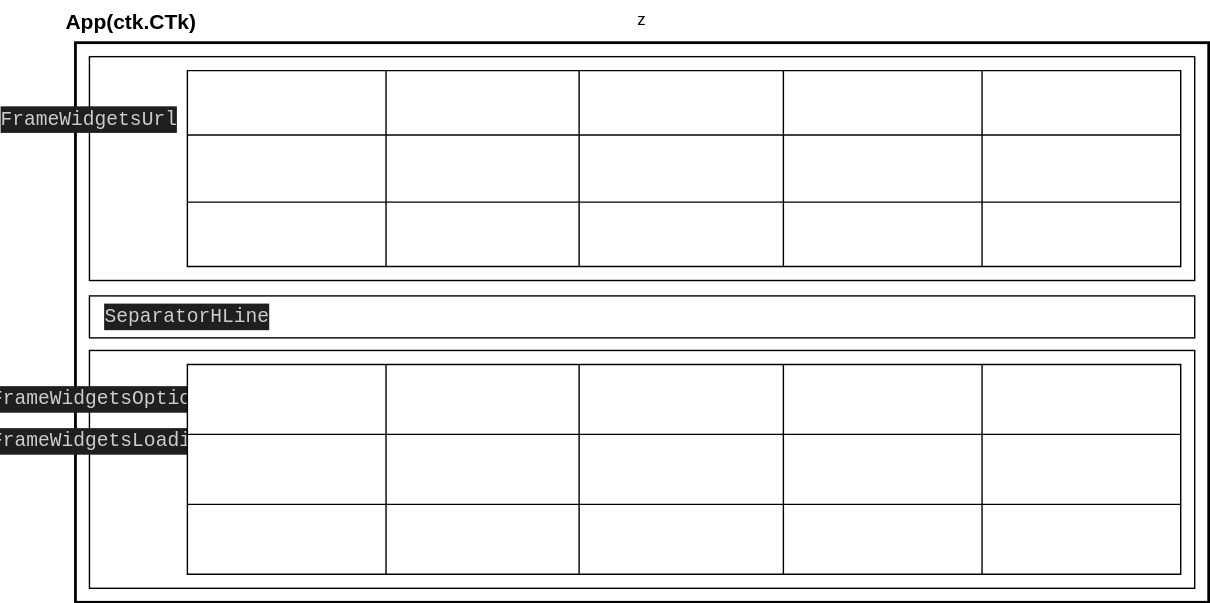
This is Visual/tkinter/youtube/Untitled Diagram.drawio.svg from AndrewVolkova/Python, a draw.io export, as it was before one commit. Source tidied: cells renumbered, new cells last; positions are measured from the earlier drawing's top-left corner, leaving out a move shared by most shapes.
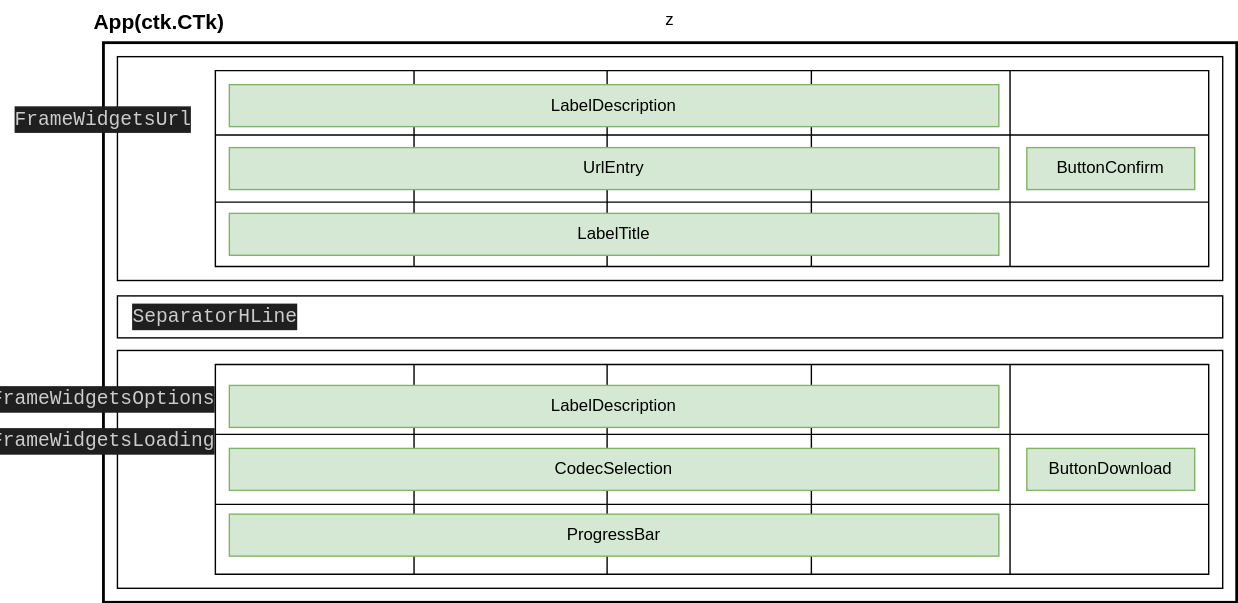
Later version of the same file.

What changed in the source:
```diff
@@ -23,11 +23,8 @@
     <mxCell id="8" value="&lt;div style=&quot;color: rgb(204, 204, 204); background-color: rgb(31, 31, 31); font-family: Consolas, &amp;quot;Courier New&amp;quot;, monospace; font-size: 14px; line-height: 19px;&quot;&gt;SeparatorHLine&lt;/div&gt;" style="text;html=1;strokeColor=none;fillColor=none;align=center;verticalAlign=middle;whiteSpace=wrap;rounded=0;" parent="2" vertex="1">
       <mxGeometry x="50" y="211" width="60" height="30" as="geometry" />
     </mxCell>
-    <mxCell id="9" value="&lt;div style=&quot;color: rgb(204, 204, 204); background-color: rgb(31, 31, 31); font-family: Consolas, &amp;quot;Courier New&amp;quot;, monospace; font-size: 14px; line-height: 19px;&quot;&gt;FrameWidgetsLoading&lt;/div&gt;" style="text;html=1;strokeColor=none;fillColor=none;align=center;verticalAlign=middle;whiteSpace=wrap;rounded=0;" parent="2" vertex="1">
-      <mxGeometry x="-10" y="300" width="60" height="30" as="geometry" />
-    </mxCell>
     <mxCell id="10" value="&lt;div style=&quot;color: rgb(204, 204, 204); background-color: rgb(31, 31, 31); font-family: Consolas, &amp;quot;Courier New&amp;quot;, monospace; font-size: 14px; line-height: 19px;&quot;&gt;FrameWidgetsOptions&lt;/div&gt;" style="text;html=1;strokeColor=none;fillColor=none;align=center;verticalAlign=middle;whiteSpace=wrap;rounded=0;" parent="2" vertex="1">
-      <mxGeometry x="-10" y="270" width="60" height="30" as="geometry" />
+      <mxGeometry x="-30" y="270" width="60" height="30" as="geometry" />
     </mxCell>
     <mxCell id="11" style="shape=table;startSize=0;" parent="2" vertex="1">
       <mxGeometry x="80" y="50" width="710" height="140" as="geometry" />
@@ -143,8 +140,35 @@
     <mxCell id="48" style="shape=partialRectangle;html=1;whiteSpace=wrap;strokeColor=inherit;overflow=hidden;fillColor=none;top=0;left=0;bottom=0;right=0;" parent="43" vertex="1">
       <mxGeometry x="568" width="142" height="50" as="geometry" />
     </mxCell>
+    <mxCell id="50" value="LabelDescription" style="text;html=1;strokeColor=#82b366;fillColor=#d5e8d4;align=center;verticalAlign=middle;whiteSpace=wrap;rounded=0;" parent="2" vertex="1">
+      <mxGeometry x="90" y="60" width="550" height="30" as="geometry" />
+    </mxCell>
+    <mxCell id="51" value="UrlEntry" style="text;html=1;strokeColor=#82b366;fillColor=#d5e8d4;align=center;verticalAlign=middle;whiteSpace=wrap;rounded=0;" parent="2" vertex="1">
+      <mxGeometry x="90" y="105" width="550" height="30" as="geometry" />
+    </mxCell>
+    <mxCell id="52" value="LabelTitle" style="text;html=1;strokeColor=#82b366;fillColor=#d5e8d4;align=center;verticalAlign=middle;whiteSpace=wrap;rounded=0;" parent="2" vertex="1">
+      <mxGeometry x="90" y="152" width="550" height="30" as="geometry" />
+    </mxCell>
+    <mxCell id="53" value="ButtonConfirm" style="text;html=1;strokeColor=#82b366;fillColor=#d5e8d4;align=center;verticalAlign=middle;whiteSpace=wrap;rounded=0;" parent="2" vertex="1">
+      <mxGeometry x="660" y="105" width="120" height="30" as="geometry" />
+    </mxCell>
+    <mxCell id="54" value="LabelDescription" style="text;html=1;strokeColor=#82b366;fillColor=#d5e8d4;align=center;verticalAlign=middle;whiteSpace=wrap;rounded=0;" parent="2" vertex="1">
+      <mxGeometry x="90" y="275" width="550" height="30" as="geometry" />
+    </mxCell>
+    <mxCell id="55" value="CodecSelection" style="text;html=1;strokeColor=#82b366;fillColor=#d5e8d4;align=center;verticalAlign=middle;whiteSpace=wrap;rounded=0;" parent="2" vertex="1">
+      <mxGeometry x="90" y="320" width="550" height="30" as="geometry" />
+    </mxCell>
+    <mxCell id="56" value="ProgressBar" style="text;html=1;strokeColor=#82b366;fillColor=#d5e8d4;align=center;verticalAlign=middle;whiteSpace=wrap;rounded=0;" parent="2" vertex="1">
+      <mxGeometry x="90" y="367" width="550" height="30" as="geometry" />
+    </mxCell>
+    <mxCell id="57" value="ButtonDownload" style="text;html=1;strokeColor=#82b366;fillColor=#d5e8d4;align=center;verticalAlign=middle;whiteSpace=wrap;rounded=0;" parent="2" vertex="1">
+      <mxGeometry x="660" y="320" width="120" height="30" as="geometry" />
+    </mxCell>
-    <mxCell id="49" value="&lt;div style=&quot;color: rgb(204, 204, 204); background-color: rgb(31, 31, 31); font-family: Consolas, &amp;quot;Courier New&amp;quot;, monospace; font-size: 14px; line-height: 19px;&quot;&gt;FrameWidgetsUrl&lt;/div&gt;" style="text;html=1;strokeColor=none;fillColor=none;align=center;verticalAlign=middle;whiteSpace=wrap;rounded=0;" parent="1" vertex="1">
-      <mxGeometry y="70" width="60" height="30" as="geometry" />
+    <mxCell id="49" value="&lt;div style=&quot;color: rgb(204, 204, 204); background-color: rgb(31, 31, 31); font-family: Consolas, &amp;quot;Courier New&amp;quot;, monospace; font-size: 14px; line-height: 19px;&quot;&gt;FrameWidgetsUrl&lt;/div&gt;" style="text;html=1;strokeColor=none;fillColor=none;align=center;verticalAlign=middle;whiteSpace=wrap;rounded=0;" parent="2" vertex="1">
+      <mxGeometry x="-30" y="70" width="60" height="30" as="geometry" />
     </mxCell>
+    <mxCell id="9" value="&lt;div style=&quot;color: rgb(204, 204, 204); background-color: rgb(31, 31, 31); font-family: Consolas, &amp;quot;Courier New&amp;quot;, monospace; font-size: 14px; line-height: 19px;&quot;&gt;FrameWidgetsLoading&lt;/div&gt;" style="text;html=1;strokeColor=none;fillColor=none;align=center;verticalAlign=middle;whiteSpace=wrap;rounded=0;" parent="1" vertex="1">
+      <mxGeometry x="-10" y="300" width="60" height="30" as="geometry" />
+    </mxCell>
   </root>
 </mxGraphModel>
```
